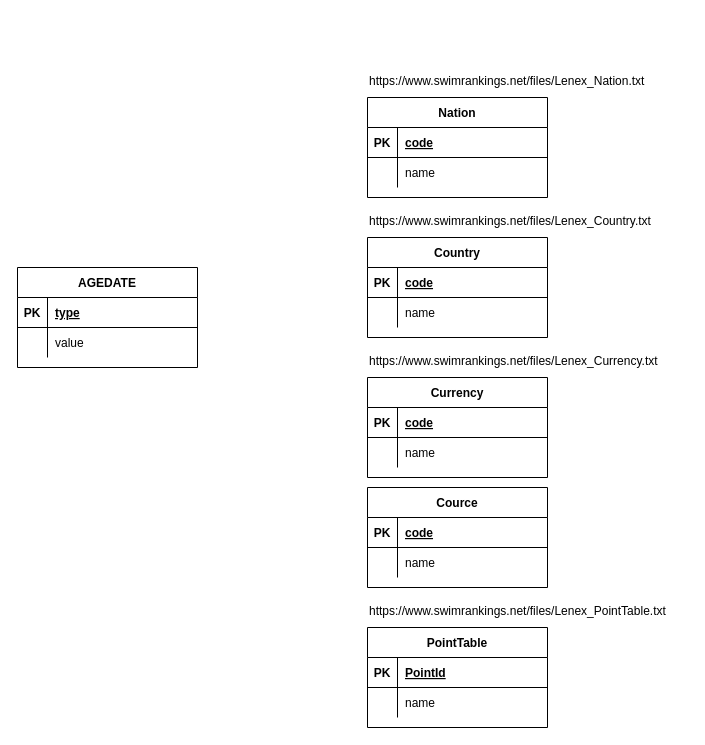
Above: page "Page-1" (2 of 3) of Formats/Lenex/lenex.drawio in Buterbrod/Swimming-open (draw.io), before the change. Source tidied: cells renumbered, new cells numbered last; positions are measured from the earlier drawing's top-left corner, leaving out a move shared by most shapes. Both pictures are drawn from the tidied source at 100%, with x=0, y=0 at pixel (17, 67).
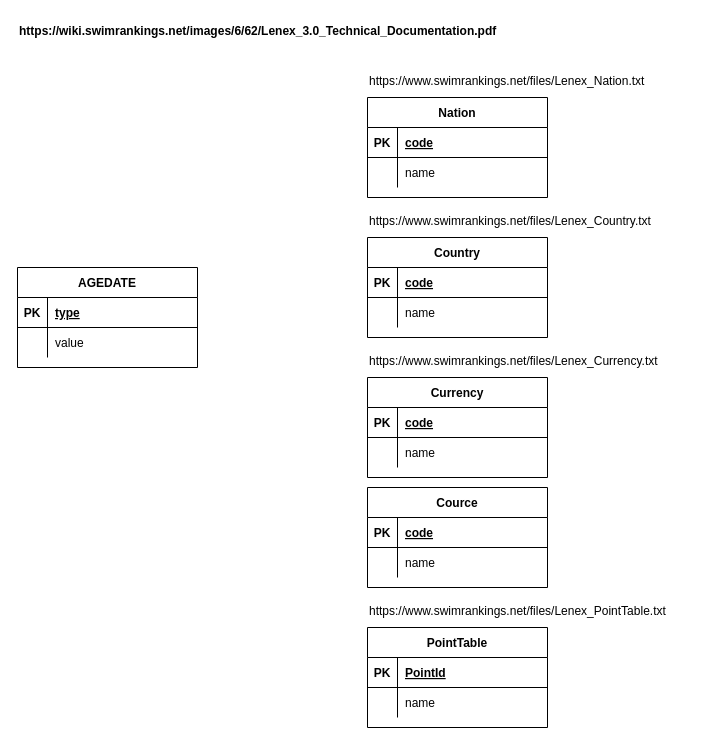
Above is the later version.

Commit message:
Начал разбор описания

Change to the diagram source:
```diff
@@
+    <mxCell id="48" value="https://wiki.swimrankings.net/images/6/62/Lenex_3.0_Technical_Documentation.pdf" style="text;whiteSpace=wrap;html=1;fontStyle=1;" parent="1" vertex="1">
+      <mxGeometry y="-50" width="470" height="30" as="geometry" />
+    </mxCell>
```
